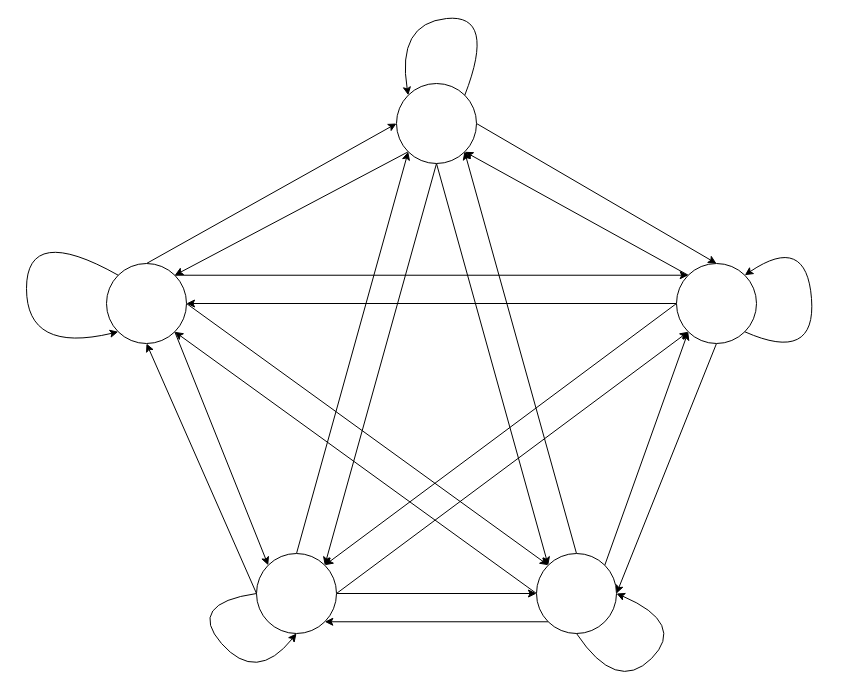
Earlier version of the draw.io diagram page "5x5" (1 of 3) of 5_Probability/Sơ đồ.drawio (dieuhoale6406-code/TUD). Source tidied: cells renumbered, new cells numbered last; positions are measured from the earlier drawing's top-left corner, leaving out a move shared by most shapes. Both pictures are drawn from the tidied source at 100%, with x=0, y=0 at pixel (26, 13).
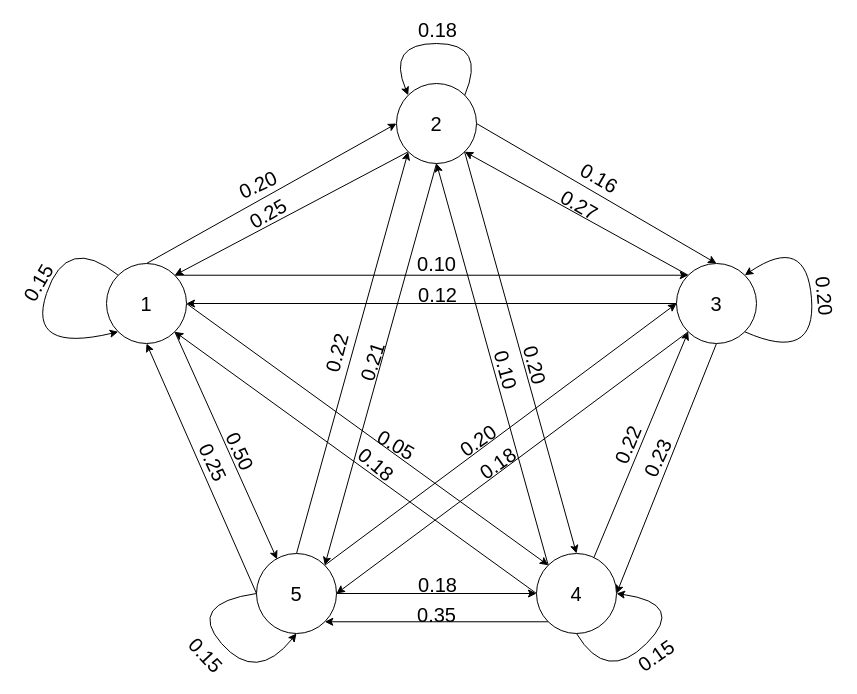
The same page after the edit.

Diff of the diagram source:
```diff
@@
-    <mxCell id="2" style="edgeStyle=none;html=1;exitX=0.5;exitY=0;exitDx=0;exitDy=0;entryX=0;entryY=0.5;entryDx=0;entryDy=0;" parent="1" edge="1" source="6" target="11">
+    <mxCell id="2" style="edgeStyle=none;html=1;exitX=0.5;exitY=0;exitDx=0;exitDy=0;entryX=0;entryY=0.5;entryDx=0;entryDy=0;fontSize=20;labelBackgroundColor=none;" parent="1" edge="1" source="6" target="11">
       <mxGeometry relative="1" as="geometry" />
     </mxCell>
+    <mxCell id="32" value="&lt;font&gt;0.20&lt;/font&gt;" style="edgeLabel;html=1;align=center;verticalAlign=middle;labelBackgroundColor=none;fontSize=20;rotation=-25;" parent="2" vertex="1">
+      <mxGeometry x="-0.11" y="7" relative="1" as="geometry">
+        <mxPoint x="2" y="-11" as="offset" />
+      </mxGeometry>
+    </mxCell>
-    <mxCell id="3" style="edgeStyle=none;html=1;exitX=1;exitY=1;exitDx=0;exitDy=0;entryX=0;entryY=0;entryDx=0;entryDy=0;" parent="1" edge="1" source="6" target="21">
+    <mxCell id="3" style="edgeStyle=none;html=1;exitX=1;exitY=1;exitDx=0;exitDy=0;entryX=0.257;entryY=0.072;entryDx=0;entryDy=0;fontSize=20;labelBackgroundColor=none;entryPerimeter=0;" parent="1" edge="1" source="6" target="21">
       <mxGeometry relative="1" as="geometry" />
     </mxCell>
+    <mxCell id="33" value="0.50" style="edgeLabel;html=1;align=center;verticalAlign=middle;rotation=65;fontSize=20;labelBackgroundColor=none;" parent="3" vertex="1">
+      <mxGeometry x="-0.04" y="5" relative="1" as="geometry">
+        <mxPoint x="12" y="11" as="offset" />
+      </mxGeometry>
+    </mxCell>
-    <mxCell id="4" style="edgeStyle=none;html=1;exitX=1;exitY=0;exitDx=0;exitDy=0;entryX=0;entryY=0;entryDx=0;entryDy=0;" parent="1" edge="1" source="6" target="16">
+    <mxCell id="4" style="edgeStyle=none;html=1;exitX=1;exitY=0;exitDx=0;exitDy=0;entryX=0;entryY=0;entryDx=0;entryDy=0;fontSize=20;labelBackgroundColor=none;" parent="1" edge="1" source="6" target="16">
       <mxGeometry relative="1" as="geometry" />
     </mxCell>
+    <mxCell id="34" value="0.10" style="edgeLabel;html=1;align=center;verticalAlign=middle;fontSize=20;labelBackgroundColor=none;" parent="4" vertex="1">
+      <mxGeometry x="-0.01" y="1" relative="1" as="geometry">
+        <mxPoint x="7" y="-11" as="offset" />
+      </mxGeometry>
+    </mxCell>
-    <mxCell id="5" style="edgeStyle=none;html=1;exitX=1;exitY=0.5;exitDx=0;exitDy=0;entryX=0;entryY=0;entryDx=0;entryDy=0;" parent="1" edge="1" source="6" target="26">
+    <mxCell id="5" style="edgeStyle=none;html=1;exitX=1;exitY=0.5;exitDx=0;exitDy=0;entryX=0;entryY=0;entryDx=0;entryDy=0;fontSize=20;labelBackgroundColor=none;" parent="1" edge="1" source="6" target="26">
       <mxGeometry relative="1" as="geometry" />
     </mxCell>
+    <mxCell id="35" value="0.05" style="edgeLabel;html=1;align=center;verticalAlign=middle;rotation=30;fontSize=20;labelBackgroundColor=none;" parent="5" vertex="1">
+      <mxGeometry x="0.19" y="1" relative="1" as="geometry">
+        <mxPoint x="-6" y="-15" as="offset" />
+      </mxGeometry>
+    </mxCell>
-    <mxCell id="6" style="ellipse;whiteSpace=wrap;html=1;" parent="1" vertex="1">
+    <mxCell id="6" value="1" style="ellipse;whiteSpace=wrap;html=1;fontSize=20;labelBackgroundColor=none;" parent="1" vertex="1">
       <mxGeometry x="80" y="250" width="80" height="80" as="geometry" />
     </mxCell>
-    <mxCell id="7" style="edgeStyle=none;html=1;exitX=0;exitY=1;exitDx=0;exitDy=0;entryX=1;entryY=0;entryDx=0;entryDy=0;" parent="1" edge="1" source="11" target="6">
+    <mxCell id="7" style="edgeStyle=none;html=1;exitX=0;exitY=1;exitDx=0;exitDy=0;entryX=1;entryY=0;entryDx=0;entryDy=0;fontSize=20;labelBackgroundColor=none;" parent="1" edge="1" source="11" target="6">
       <mxGeometry relative="1" as="geometry" />
     </mxCell>
+    <mxCell id="36" value="0.25" style="edgeLabel;html=1;align=center;verticalAlign=middle;rotation=-30;fontSize=20;labelBackgroundColor=none;" parent="7" vertex="1">
+      <mxGeometry x="0.07" y="-4" relative="1" as="geometry">
+        <mxPoint x="-15" y="-1" as="offset" />
+      </mxGeometry>
+    </mxCell>
-    <mxCell id="8" style="edgeStyle=none;html=1;exitX=1;exitY=0.5;exitDx=0;exitDy=0;entryX=0.5;entryY=0;entryDx=0;entryDy=0;" parent="1" edge="1" source="11" target="16">
+    <mxCell id="8" style="edgeStyle=none;html=1;exitX=1;exitY=0.5;exitDx=0;exitDy=0;entryX=0.5;entryY=0;entryDx=0;entryDy=0;fontSize=20;labelBackgroundColor=none;" parent="1" edge="1" source="11" target="16">
       <mxGeometry relative="1" as="geometry" />
     </mxCell>
+    <mxCell id="37" value="0.16" style="edgeLabel;html=1;align=center;verticalAlign=middle;rotation=30;fontSize=20;labelBackgroundColor=none;" parent="8" vertex="1">
+      <mxGeometry x="0.02" y="6" relative="1" as="geometry">
+        <mxPoint x="-3" y="-13" as="offset" />
+      </mxGeometry>
+    </mxCell>
-    <mxCell id="9" style="edgeStyle=none;html=1;exitX=0.5;exitY=1;exitDx=0;exitDy=0;entryX=1;entryY=0;entryDx=0;entryDy=0;" parent="1" edge="1" source="11" target="21">
+    <mxCell id="9" style="edgeStyle=none;html=1;exitX=0.5;exitY=1;exitDx=0;exitDy=0;entryX=1;entryY=0;entryDx=0;entryDy=0;fontSize=20;labelBackgroundColor=none;" parent="1" edge="1" source="11" target="21">
       <mxGeometry relative="1" as="geometry" />
     </mxCell>
+    <mxCell id="38" value="0.21" style="edgeLabel;html=1;align=center;verticalAlign=middle;rotation=-72;fontSize=20;labelBackgroundColor=none;" parent="9" vertex="1">
+      <mxGeometry x="0.04" y="-2" relative="1" as="geometry">
+        <mxPoint x="-5" y="-9" as="offset" />
+      </mxGeometry>
+    </mxCell>
-    <mxCell id="10" style="edgeStyle=none;html=1;exitX=0.5;exitY=1;exitDx=0;exitDy=0;entryX=0;entryY=0;entryDx=0;entryDy=0;" parent="1" edge="1" source="11" target="26">
+    <mxCell id="10" style="edgeStyle=none;html=1;exitX=0;exitY=0;exitDx=0;exitDy=0;entryX=0.5;entryY=1;entryDx=0;entryDy=0;fontSize=20;labelBackgroundColor=none;" parent="1" edge="1" source="26" target="11">
       <mxGeometry relative="1" as="geometry" />
     </mxCell>
+    <mxCell id="39" value="0.10" style="edgeLabel;html=1;align=center;verticalAlign=middle;fontSize=20;labelBackgroundColor=none;rotation=75;" parent="10" vertex="1">
+      <mxGeometry x="-0.03" y="-6" relative="1" as="geometry">
+        <mxPoint x="7" as="offset" />
+      </mxGeometry>
+    </mxCell>
-    <mxCell id="11" style="ellipse;whiteSpace=wrap;html=1;" parent="1" vertex="1">
+    <mxCell id="11" value="2" style="ellipse;whiteSpace=wrap;html=1;fontSize=20;labelBackgroundColor=none;" parent="1" vertex="1">
       <mxGeometry x="370" y="70" width="80" height="80" as="geometry" />
     </mxCell>
-    <mxCell id="12" style="edgeStyle=none;html=1;exitX=0.5;exitY=1;exitDx=0;exitDy=0;entryX=1;entryY=0.5;entryDx=0;entryDy=0;" parent="1" edge="1" source="16" target="26">
+    <mxCell id="12" style="edgeStyle=none;html=1;exitX=0.5;exitY=1;exitDx=0;exitDy=0;entryX=1;entryY=0.5;entryDx=0;entryDy=0;fontSize=20;labelBackgroundColor=none;" parent="1" edge="1" source="16" target="26">
       <mxGeometry relative="1" as="geometry" />
     </mxCell>
+    <mxCell id="40" value="0.23" style="edgeLabel;html=1;align=center;verticalAlign=middle;fontSize=20;labelBackgroundColor=none;rotation=-65;" parent="12" vertex="1">
+      <mxGeometry x="-0.09" y="3" relative="1" as="geometry">
+        <mxPoint x="-17" as="offset" />
+      </mxGeometry>
+    </mxCell>
-    <mxCell id="13" style="edgeStyle=none;html=1;exitX=0;exitY=0;exitDx=0;exitDy=0;entryX=1;entryY=1;entryDx=0;entryDy=0;" parent="1" edge="1" source="16" target="11">
+    <mxCell id="13" style="edgeStyle=none;html=1;exitX=0;exitY=0;exitDx=0;exitDy=0;entryX=1;entryY=1;entryDx=0;entryDy=0;fontSize=20;labelBackgroundColor=none;" parent="1" edge="1" source="16" target="11">
       <mxGeometry relative="1" as="geometry" />
     </mxCell>
+    <mxCell id="41" value="0.27" style="edgeLabel;html=1;align=center;verticalAlign=middle;fontSize=20;labelBackgroundColor=none;rotation=30;" parent="13" vertex="1">
+      <mxGeometry x="-0.05" y="6" relative="1" as="geometry">
+        <mxPoint y="-18" as="offset" />
+      </mxGeometry>
+    </mxCell>
-    <mxCell id="14" style="edgeStyle=none;html=1;exitX=0;exitY=0.5;exitDx=0;exitDy=0;entryX=1;entryY=0.5;entryDx=0;entryDy=0;" parent="1" edge="1" source="16" target="6">
+    <mxCell id="14" style="edgeStyle=none;html=1;exitX=0;exitY=0.5;exitDx=0;exitDy=0;entryX=1;entryY=0.5;entryDx=0;entryDy=0;fontSize=20;labelBackgroundColor=none;" parent="1" edge="1" source="16" target="6">
       <mxGeometry relative="1" as="geometry" />
     </mxCell>
+    <mxCell id="42" value="0.12" style="edgeLabel;html=1;align=center;verticalAlign=middle;fontSize=20;labelBackgroundColor=none;" parent="14" vertex="1">
+      <mxGeometry x="-0.01" y="-1" relative="1" as="geometry">
+        <mxPoint x="3" y="-9" as="offset" />
+      </mxGeometry>
+    </mxCell>
-    <mxCell id="15" style="edgeStyle=none;html=1;exitX=0;exitY=0.5;exitDx=0;exitDy=0;entryX=1;entryY=0;entryDx=0;entryDy=0;" parent="1" edge="1" source="16" target="21">
+    <mxCell id="15" style="edgeStyle=none;html=1;exitX=1;exitY=0;exitDx=0;exitDy=0;entryX=0;entryY=0.5;entryDx=0;entryDy=0;fontSize=20;labelBackgroundColor=none;" parent="1" edge="1" source="21" target="16">
       <mxGeometry relative="1" as="geometry" />
     </mxCell>
+    <mxCell id="43" value="0.20" style="edgeLabel;html=1;align=center;verticalAlign=middle;fontSize=20;labelBackgroundColor=none;rotation=-35;" parent="15" vertex="1">
+      <mxGeometry x="-0.05" y="1" relative="1" as="geometry">
+        <mxPoint x="-14" as="offset" />
+      </mxGeometry>
+    </mxCell>
-    <mxCell id="16" style="ellipse;whiteSpace=wrap;html=1;" parent="1" vertex="1">
+    <mxCell id="16" value="3" style="ellipse;whiteSpace=wrap;html=1;fontSize=20;labelBackgroundColor=none;" parent="1" vertex="1">
       <mxGeometry x="650" y="250" width="80" height="80" as="geometry" />
     </mxCell>
-    <mxCell id="17" style="edgeStyle=none;html=1;exitX=0;exitY=0.5;exitDx=0;exitDy=0;entryX=0.5;entryY=1;entryDx=0;entryDy=0;" parent="1" edge="1" source="21" target="6">
+    <mxCell id="17" style="edgeStyle=none;html=1;exitX=0;exitY=0.5;exitDx=0;exitDy=0;entryX=0.5;entryY=1;entryDx=0;entryDy=0;fontSize=20;labelBackgroundColor=none;" parent="1" edge="1" source="21" target="6">
       <mxGeometry relative="1" as="geometry" />
     </mxCell>
+    <mxCell id="44" value="0.25" style="edgeLabel;html=1;align=center;verticalAlign=middle;fontSize=20;labelBackgroundColor=none;rotation=65;" parent="17" vertex="1">
+      <mxGeometry y="-1" relative="1" as="geometry">
+        <mxPoint x="12" y="-6" as="offset" />
+      </mxGeometry>
+    </mxCell>
-    <mxCell id="18" style="edgeStyle=none;html=1;exitX=1;exitY=0.5;exitDx=0;exitDy=0;entryX=0;entryY=0.5;entryDx=0;entryDy=0;" parent="1" edge="1" source="21" target="26">
+    <mxCell id="18" style="edgeStyle=none;html=1;exitX=1;exitY=0.5;exitDx=0;exitDy=0;entryX=0;entryY=0.5;entryDx=0;entryDy=0;fontSize=20;labelBackgroundColor=none;" parent="1" edge="1" source="21" target="26">
       <mxGeometry relative="1" as="geometry" />
     </mxCell>
+    <mxCell id="45" value="0.18" style="edgeLabel;html=1;align=center;verticalAlign=middle;fontSize=20;labelBackgroundColor=none;" parent="18" vertex="1">
+      <mxGeometry x="-0.04" y="1" relative="1" as="geometry">
+        <mxPoint x="4" y="-9" as="offset" />
+      </mxGeometry>
+    </mxCell>
-    <mxCell id="19" style="edgeStyle=none;html=1;exitX=0.5;exitY=0;exitDx=0;exitDy=0;entryX=0;entryY=1;entryDx=0;entryDy=0;" parent="1" edge="1" source="21" target="11">
+    <mxCell id="19" style="edgeStyle=none;html=1;exitX=0.5;exitY=0;exitDx=0;exitDy=0;entryX=0;entryY=1;entryDx=0;entryDy=0;fontSize=20;labelBackgroundColor=none;" parent="1" edge="1" source="21" target="11">
       <mxGeometry relative="1" as="geometry" />
     </mxCell>
+    <mxCell id="46" value="0.22" style="edgeLabel;html=1;align=center;verticalAlign=middle;fontSize=20;labelBackgroundColor=none;rotation=-75;" parent="19" vertex="1">
+      <mxGeometry y="3" relative="1" as="geometry">
+        <mxPoint x="-13" y="1" as="offset" />
+      </mxGeometry>
+    </mxCell>
-    <mxCell id="20" style="edgeStyle=none;html=1;exitX=1;exitY=0.5;exitDx=0;exitDy=0;entryX=0;entryY=1;entryDx=0;entryDy=0;" parent="1" edge="1" source="21" target="16">
+    <mxCell id="20" style="edgeStyle=none;html=1;exitX=0;exitY=1;exitDx=0;exitDy=0;entryX=1;entryY=0.5;entryDx=0;entryDy=0;fontSize=20;labelBackgroundColor=none;" parent="1" edge="1" source="16" target="21">
       <mxGeometry relative="1" as="geometry" />
     </mxCell>
+    <mxCell id="47" value="0.18" style="edgeLabel;html=1;align=center;verticalAlign=middle;fontSize=20;labelBackgroundColor=none;rotation=-35;" parent="20" vertex="1">
+      <mxGeometry relative="1" as="geometry">
+        <mxPoint x="-16" y="1" as="offset" />
+      </mxGeometry>
+    </mxCell>
-    <mxCell id="21" style="ellipse;whiteSpace=wrap;html=1;" parent="1" vertex="1">
+    <mxCell id="21" value="5" style="ellipse;whiteSpace=wrap;html=1;fontSize=20;labelBackgroundColor=none;" parent="1" vertex="1">
       <mxGeometry x="230" y="540" width="80" height="80" as="geometry" />
     </mxCell>
-    <mxCell id="22" style="edgeStyle=none;html=1;exitX=0;exitY=1;exitDx=0;exitDy=0;entryX=1;entryY=1;entryDx=0;entryDy=0;" parent="1" edge="1" source="26" target="21">
+    <mxCell id="22" style="edgeStyle=none;html=1;exitX=0;exitY=1;exitDx=0;exitDy=0;entryX=1;entryY=1;entryDx=0;entryDy=0;fontSize=20;labelBackgroundColor=none;" parent="1" edge="1" source="26" target="21">
       <mxGeometry relative="1" as="geometry" />
     </mxCell>
+    <mxCell id="48" value="0.35" style="edgeLabel;html=1;align=center;verticalAlign=middle;fontSize=20;labelBackgroundColor=none;" parent="22" vertex="1">
+      <mxGeometry x="-0.03" y="-1" relative="1" as="geometry">
+        <mxPoint x="-4" y="-7" as="offset" />
+      </mxGeometry>
+    </mxCell>
-    <mxCell id="23" style="edgeStyle=none;html=1;exitX=1;exitY=0;exitDx=0;exitDy=0;entryX=0;entryY=1;entryDx=0;entryDy=0;" parent="1" edge="1" source="26" target="16">
+    <mxCell id="23" style="edgeStyle=none;html=1;entryX=0;entryY=1;entryDx=0;entryDy=0;fontSize=20;labelBackgroundColor=none;exitX=0.719;exitY=0.047;exitDx=0;exitDy=0;exitPerimeter=0;" parent="1" edge="1" source="26" target="16">
       <mxGeometry relative="1" as="geometry" />
     </mxCell>
+    <mxCell id="49" value="0.22" style="edgeLabel;html=1;align=center;verticalAlign=middle;fontSize=20;labelBackgroundColor=none;rotation=-67;" parent="23" vertex="1">
+      <mxGeometry x="-0.01" relative="1" as="geometry">
+        <mxPoint x="-14" as="offset" />
+      </mxGeometry>
+    </mxCell>
-    <mxCell id="24" style="edgeStyle=none;html=1;exitX=0;exitY=0.5;exitDx=0;exitDy=0;entryX=1;entryY=1;entryDx=0;entryDy=0;" parent="1" edge="1" source="26" target="6">
+    <mxCell id="24" style="edgeStyle=none;html=1;exitX=0;exitY=0.5;exitDx=0;exitDy=0;entryX=1;entryY=1;entryDx=0;entryDy=0;fontSize=20;labelBackgroundColor=none;" parent="1" edge="1" source="26" target="6">
       <mxGeometry relative="1" as="geometry" />
     </mxCell>
+    <mxCell id="50" value="0.18" style="edgeLabel;html=1;align=center;verticalAlign=middle;fontSize=20;labelBackgroundColor=none;rotation=40;" parent="24" vertex="1">
+      <mxGeometry x="-0.13" y="4" relative="1" as="geometry">
+        <mxPoint x="-1" y="-20" as="offset" />
+      </mxGeometry>
+    </mxCell>
-    <mxCell id="25" style="edgeStyle=none;html=1;exitX=0.5;exitY=0;exitDx=0;exitDy=0;" parent="1" edge="1" source="26">
+    <mxCell id="25" style="edgeStyle=none;html=1;exitX=0.5;exitY=0;exitDx=0;exitDy=0;fontSize=20;entryX=0.5;entryY=0;entryDx=0;entryDy=0;labelBackgroundColor=none;" parent="1" edge="1" target="26">
       <mxGeometry relative="1" as="geometry">
-        <mxPoint x="438" y="138" as="targetPoint" />
+        <mxPoint x="438" y="138" as="sourcePoint" />
       </mxGeometry>
     </mxCell>
+    <mxCell id="51" value="0.20" style="edgeLabel;html=1;align=center;verticalAlign=middle;rotation=75;fontSize=20;labelBackgroundColor=none;" parent="25" vertex="1">
+      <mxGeometry y="5" relative="1" as="geometry">
+        <mxPoint x="11" y="12" as="offset" />
+      </mxGeometry>
+    </mxCell>
-    <mxCell id="26" style="ellipse;whiteSpace=wrap;html=1;" parent="1" vertex="1">
+    <mxCell id="26" value="4" style="ellipse;whiteSpace=wrap;html=1;fontSize=20;labelBackgroundColor=none;" parent="1" vertex="1">
       <mxGeometry x="510" y="540" width="80" height="80" as="geometry" />
     </mxCell>
-    <mxCell id="27" style="edgeStyle=none;html=1;exitX=0;exitY=0;exitDx=0;exitDy=0;entryX=0;entryY=1;entryDx=0;entryDy=0;rounded=0;curved=1;" parent="1" edge="1" source="6" target="6">
+    <mxCell id="27" style="edgeStyle=none;html=1;exitX=0;exitY=0;exitDx=0;exitDy=0;entryX=0;entryY=1;entryDx=0;entryDy=0;rounded=0;curved=1;fontSize=20;labelBackgroundColor=none;" parent="1" edge="1" source="6" target="6">
       <mxGeometry relative="1" as="geometry">
         <Array as="points">
-          <mxPoint y="210" />
+          <mxPoint x="40" y="220" />
           <mxPoint y="340" />
         </Array>
       </mxGeometry>
     </mxCell>
+    <mxCell id="52" value="&lt;font&gt;0.15&lt;/font&gt;" style="edgeLabel;html=1;align=center;verticalAlign=middle;labelBackgroundColor=none;shadow=1;fontSize=20;rotation=-60;" parent="27" vertex="1">
+      <mxGeometry x="-0.18" y="-7" relative="1" as="geometry">
+        <mxPoint x="-7" y="3" as="offset" />
+      </mxGeometry>
+    </mxCell>
-    <mxCell id="28" style="edgeStyle=none;html=1;exitX=1;exitY=0;exitDx=0;exitDy=0;entryX=0;entryY=0;entryDx=0;entryDy=0;rounded=0;curved=1;" parent="1" edge="1" source="11" target="11">
+    <mxCell id="28" style="edgeStyle=none;html=1;exitX=1;exitY=0;exitDx=0;exitDy=0;entryX=0;entryY=0;entryDx=0;entryDy=0;rounded=0;curved=1;fontSize=20;labelBackgroundColor=none;" parent="1" edge="1" source="11" target="11">
       <mxGeometry relative="1" as="geometry">
         <Array as="points">
-          <mxPoint x="470" />
-          <mxPoint x="370" y="10" />
+          <mxPoint x="460" y="30" />
+          <mxPoint x="360" y="30" />
         </Array>
       </mxGeometry>
     </mxCell>
+    <mxCell id="53" value="0.18" style="edgeLabel;html=1;align=center;verticalAlign=middle;fontSize=20;labelBackgroundColor=none;" parent="28" vertex="1">
+      <mxGeometry x="0.06" y="5" relative="1" as="geometry">
+        <mxPoint x="6" y="-20" as="offset" />
+      </mxGeometry>
+    </mxCell>
-    <mxCell id="29" style="edgeStyle=none;html=1;exitX=1;exitY=1;exitDx=0;exitDy=0;entryX=1;entryY=0;entryDx=0;entryDy=0;rounded=0;curved=1;" parent="1" edge="1" source="16" target="16">
+    <mxCell id="29" style="edgeStyle=none;html=1;exitX=1;exitY=1;exitDx=0;exitDy=0;entryX=1;entryY=0;entryDx=0;entryDy=0;rounded=0;curved=1;fontSize=20;labelBackgroundColor=none;" parent="1" edge="1" source="16" target="16">
       <mxGeometry relative="1" as="geometry">
         <Array as="points">
           <mxPoint x="790" y="350" />
           <mxPoint x="780" y="220" />
         </Array>
       </mxGeometry>
     </mxCell>
+    <mxCell id="54" value="0.20" style="edgeLabel;html=1;align=center;verticalAlign=middle;fontSize=20;labelBackgroundColor=none;rotation=85;" parent="29" vertex="1">
+      <mxGeometry x="0.03" y="-7" relative="1" as="geometry">
+        <mxPoint x="8" as="offset" />
+      </mxGeometry>
+    </mxCell>
-    <mxCell id="30" style="edgeStyle=none;html=1;exitX=0.5;exitY=1;exitDx=0;exitDy=0;entryX=1;entryY=0.5;entryDx=0;entryDy=0;rounded=0;curved=1;" parent="1" edge="1" source="26" target="26">
+    <mxCell id="30" style="edgeStyle=none;html=1;exitX=0.5;exitY=1;exitDx=0;exitDy=0;entryX=1;entryY=0.5;entryDx=0;entryDy=0;rounded=0;curved=1;fontSize=20;labelBackgroundColor=none;" parent="1" edge="1" source="26" target="26">
       <mxGeometry relative="1" as="geometry">
         <Array as="points">
-          <mxPoint x="590" y="680" />
-          <mxPoint x="660" y="610" />
+          <mxPoint x="580" y="670" />
+          <mxPoint x="660" y="590" />
         </Array>
       </mxGeometry>
     </mxCell>
+    <mxCell id="55" value="0.15" style="edgeLabel;html=1;align=center;verticalAlign=middle;fontSize=20;labelBackgroundColor=none;rotation=-35;" parent="30" vertex="1">
+      <mxGeometry x="-0.06" relative="1" as="geometry">
+        <mxPoint x="9" y="11" as="offset" />
+      </mxGeometry>
+    </mxCell>
-    <mxCell id="31" style="edgeStyle=none;html=1;exitX=0;exitY=0.5;exitDx=0;exitDy=0;entryX=0.5;entryY=1;entryDx=0;entryDy=0;rounded=0;curved=1;" parent="1" edge="1" source="21" target="21">
+    <mxCell id="31" style="edgeStyle=none;html=1;exitX=0;exitY=0.5;exitDx=0;exitDy=0;entryX=0.5;entryY=1;entryDx=0;entryDy=0;rounded=0;curved=1;fontSize=20;labelBackgroundColor=none;" parent="1" edge="1" source="21" target="21">
       <mxGeometry relative="1" as="geometry">
         <Array as="points">
           <mxPoint x="160" y="590" />
           <mxPoint x="230" y="670" />
         </Array>
       </mxGeometry>
     </mxCell>
+    <mxCell id="56" value="0.15" style="edgeLabel;html=1;align=center;verticalAlign=middle;fontSize=20;labelBackgroundColor=none;rotation=47;" parent="31" vertex="1">
+      <mxGeometry x="0.06" relative="1" as="geometry">
+        <mxPoint x="-18" y="7" as="offset" />
+      </mxGeometry>
+    </mxCell>
```
